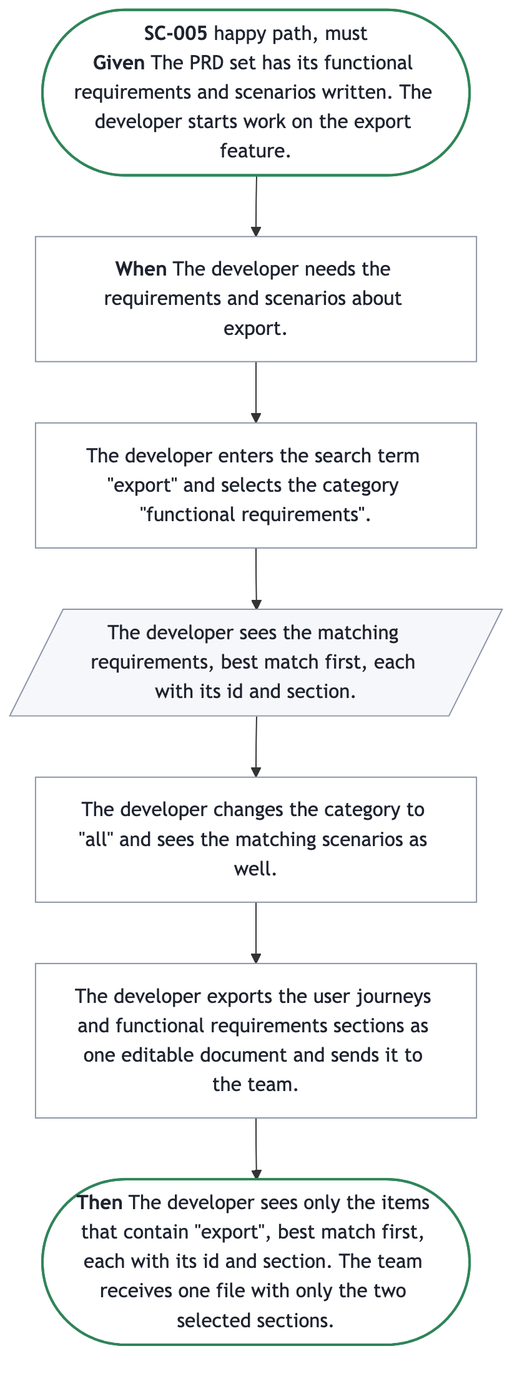
Earlier version of the Mermaid export docs/prd/prd-forge-viewer/diagrams/SC-005.png (SpillwaveSolutions/prd-forge-viewer). Its source is kept beside it as docs/prd/prd-forge-viewer/diagrams/SC-005.mmd.
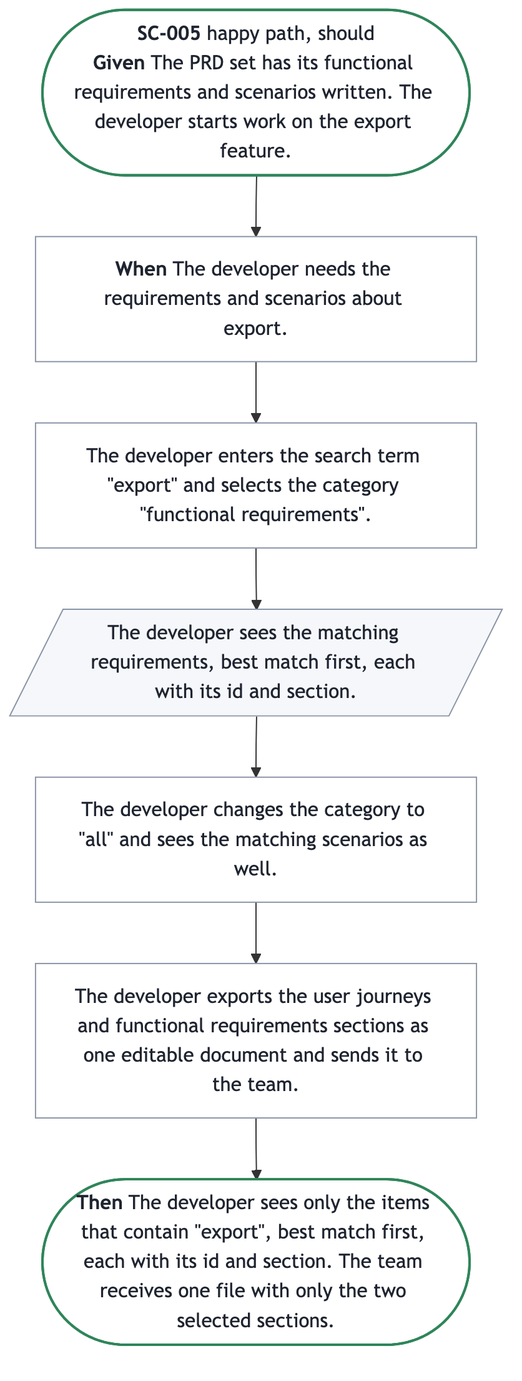
After the change.

The edit, as a diff of the source:
```diff
@@ -1,6 +1,6 @@
 %%{init: {"flowchart": {"wrappingWidth": 300}}}%%
 flowchart TB
-  start(["<b>SC-005</b> happy path, must<br/><b>Given</b> The PRD set has its functional requirements and scenarios written. The developer starts work on the export feature."])
+  start(["<b>SC-005</b> happy path, should<br/><b>Given</b> The PRD set has its functional requirements and scenarios written. The developer starts work on the export feature."])
   trigger["<b>When</b> The developer needs the requirements and scenarios about export."]
   s0["The developer enters the search term #quot;export#quot; and selects the category #quot;functional requirements#quot;."]
   s1[/"The developer sees the matching requirements, best match first, each with its id and section."/]
```
